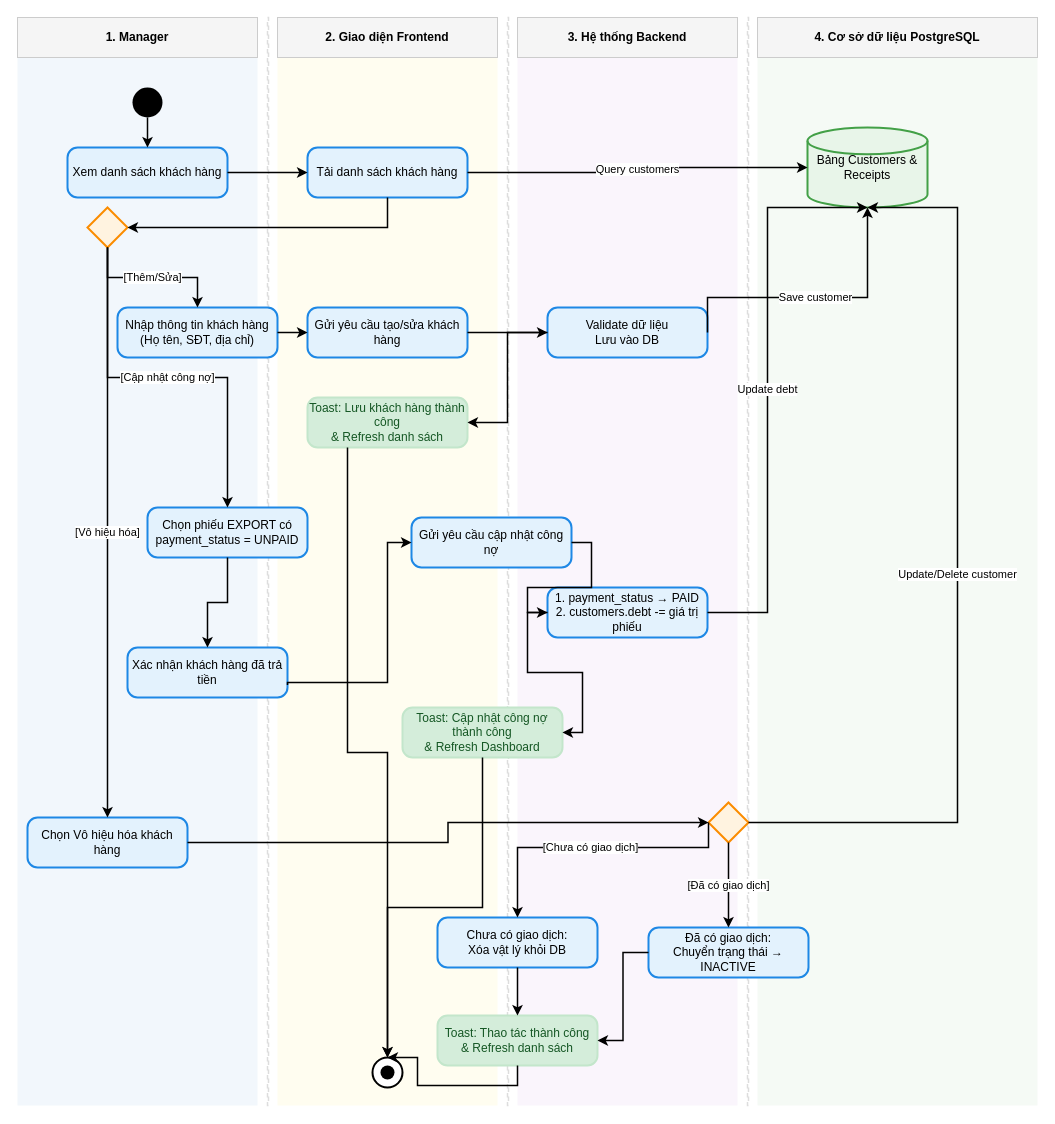
This is diagrams/chuc_nang_khach_hang_cong_no_manager.drawio from Nghiatv2006/KhoHang, a draw.io file, before an edit. Source tidied: cells renumbered, new cells numbered last; positions are measured from the earlier drawing's top-left corner, leaving out a move shared by most shapes. Both pictures are drawn from the tidied source at 100%, with x=0, y=0 at pixel (17, 17).
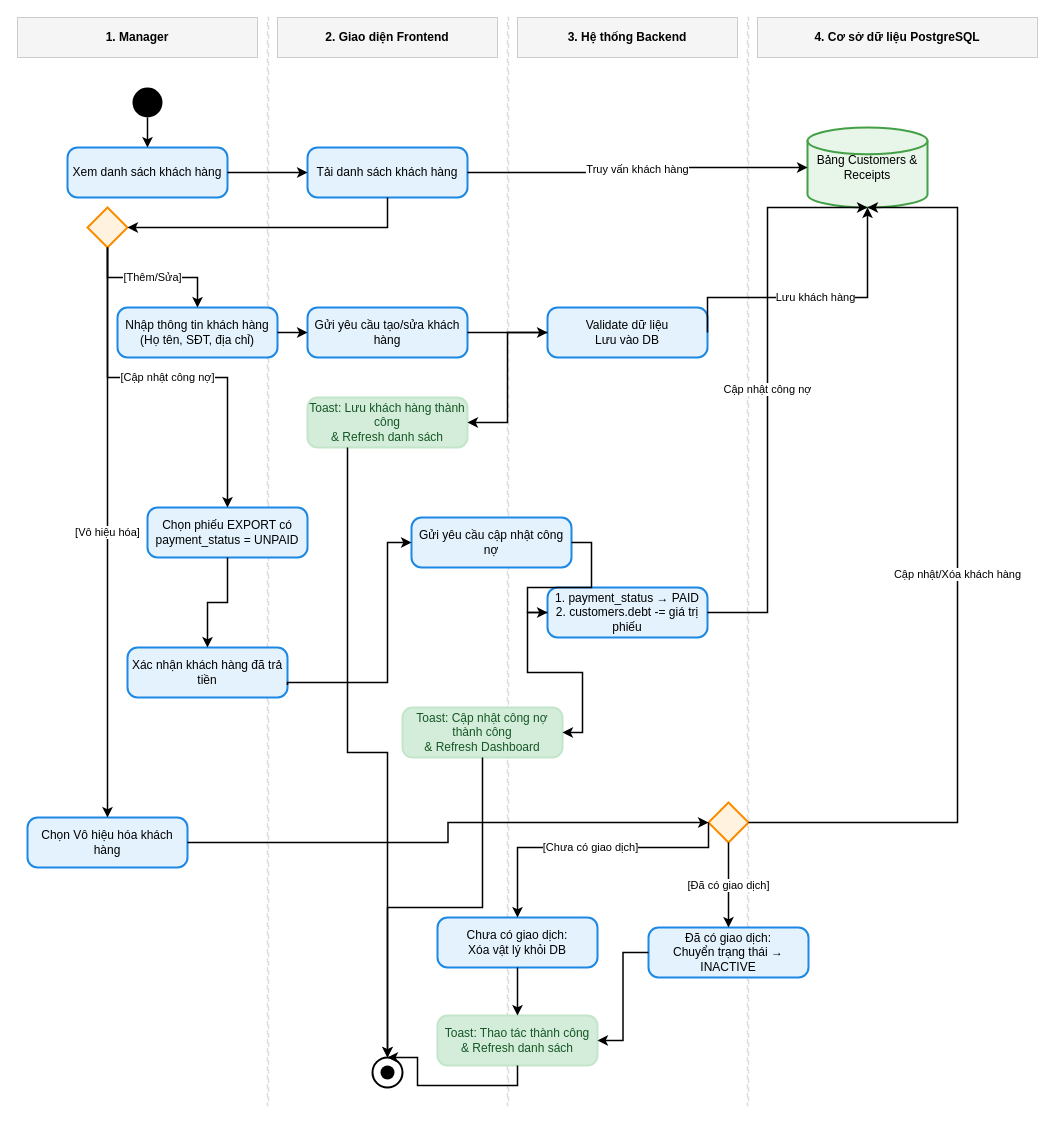
The same page after the edit.

Commit message (it also covers changes not shown here):
Update activity manager diagrams

The change refers to these unchanged cells:
```xml
<mxCell id="15" value="Tải danh sách khách hàng" style="rounded=1;whiteSpace=wrap;html=1;arcSize=20;fillColor=#e3f2fd;strokeColor=#1e88e5;strokeWidth=2;fontColor=#000000;align=center;" parent="1" vertex="1">
  <mxGeometry x="290" y="130" width="160" height="50" as="geometry" />
</mxCell>
<mxCell id="16" value="Bảng Customers &amp;amp;&lt;br/&gt;Receipts" style="strokeWidth=2;html=1;shape=mxgraph.flowchart.database;whiteSpace=wrap;fillColor=#e8f5e9;strokeColor=#43a047;fontColor=#000000;align=center;" parent="1" vertex="1">
  <mxGeometry x="790" y="110" width="120" height="80" as="geometry" />
</mxCell>
<mxCell id="20" value="Validate dữ liệu&lt;br/&gt;Lưu vào DB" style="rounded=1;whiteSpace=wrap;html=1;arcSize=20;fillColor=#e3f2fd;strokeColor=#1e88e5;strokeWidth=2;fontColor=#000000;align=center;" parent="1" vertex="1">
  <mxGeometry x="530" y="290" width="160" height="50" as="geometry" />
</mxCell>
<mxCell id="25" value="1. payment_status → PAID&lt;br/&gt;2. customers.debt -= giá trị phiếu" style="rounded=1;whiteSpace=wrap;html=1;arcSize=20;fillColor=#e3f2fd;strokeColor=#1e88e5;strokeWidth=2;fontColor=#000000;align=center;" parent="1" vertex="1">
  <mxGeometry x="530" y="570" width="160" height="50" as="geometry" />
</mxCell>
<mxCell id="28" style="rhombus;whiteSpace=wrap;html=1;fillColor=#fff3e0;strokeColor=#fb8c00;strokeWidth=2;fontColor=#000000;align=center;" parent="1" vertex="1">
  <mxGeometry x="691" y="785" width="40" height="40" as="geometry" />
</mxCell>
```

The edit, as a diff of the source:
```diff
@@
-    <mxCell id="2" style="fillColor=#f2f7fc;strokeColor=none;" parent="1" vertex="1">
+    <mxCell id="2" style="fillColor=#ffffff;strokeColor=none;" parent="1" vertex="1">
       <mxGeometry y="40" width="240" height="1048" as="geometry" />
     </mxCell>
-    <mxCell id="3" style="fillColor=#fffdf0;strokeColor=none;" parent="1" vertex="1">
+    <mxCell id="3" style="fillColor=#ffffff;strokeColor=none;" parent="1" vertex="1">
       <mxGeometry x="260" y="40" width="220" height="1048" as="geometry" />
     </mxCell>
-    <mxCell id="4" style="fillColor=#faf5fc;strokeColor=none;" parent="1" vertex="1">
+    <mxCell id="4" style="fillColor=#ffffff;strokeColor=none;" parent="1" vertex="1">
       <mxGeometry x="500" y="40" width="220" height="1048" as="geometry" />
     </mxCell>
-    <mxCell id="5" style="fillColor=#f5faf5;strokeColor=none;" parent="1" vertex="1">
+    <mxCell id="5" style="fillColor=#ffffff;strokeColor=none;" parent="1" vertex="1">
       <mxGeometry x="740" y="40" width="280" height="1048" as="geometry" />
     </mxCell>
@@
-    <mxCell id="36" value="Query customers" style="edgeStyle=orthogonalEdgeStyle;rounded=0;jettySize=auto;html=1;strokeColor=#000000;strokeWidth=1.5;endArrow=classic;exitX=1;exitY=0.5;entryX=0;entryY=0.5;edgeStyle=orthogonalEdgeStyle;" parent="1" edge="1" source="15" target="16">
+    <mxCell id="36" value="Truy vấn khách hàng" style="edgeStyle=orthogonalEdgeStyle;rounded=0;jettySize=auto;html=1;strokeColor=#000000;strokeWidth=1.5;endArrow=classic;exitX=1;exitY=0.5;entryX=0;entryY=0.5;edgeStyle=orthogonalEdgeStyle;" parent="1" edge="1" source="15" target="16">
       <mxGeometry relative="1" as="geometry" />
     </mxCell>
@@
-    <mxCell id="41" value="Save customer" style="edgeStyle=orthogonalEdgeStyle;rounded=0;jettySize=auto;html=1;strokeColor=#000000;strokeWidth=1.5;endArrow=classic;exitX=1;exitY=0.5;entryX=0.5;entryY=1;edgeStyle=orthogonalEdgeStyle;" parent="1" edge="1" source="20" target="16">
+    <mxCell id="41" value="Lưu khách hàng" style="edgeStyle=orthogonalEdgeStyle;rounded=0;jettySize=auto;html=1;strokeColor=#000000;strokeWidth=1.5;endArrow=classic;exitX=1;exitY=0.5;entryX=0.5;entryY=1;edgeStyle=orthogonalEdgeStyle;" parent="1" edge="1" source="20" target="16">
       <mxGeometry relative="1" as="geometry">
         <Array as="points">
           <mxPoint x="690" y="280" />
           <mxPoint x="850" y="280" />
         </Array>
       </mxGeometry>
     </mxCell>
@@
-    <mxCell id="47" value="Update debt" style="edgeStyle=orthogonalEdgeStyle;rounded=0;jettySize=auto;html=1;strokeColor=#000000;strokeWidth=1.5;endArrow=classic;exitX=1;exitY=0.5;entryX=0.5;entryY=1;edgeStyle=orthogonalEdgeStyle;" parent="1" edge="1" source="25" target="16">
+    <mxCell id="47" value="Cập nhật công nợ" style="edgeStyle=orthogonalEdgeStyle;rounded=0;jettySize=auto;html=1;strokeColor=#000000;strokeWidth=1.5;endArrow=classic;exitX=1;exitY=0.5;entryX=0.5;entryY=1;edgeStyle=orthogonalEdgeStyle;" parent="1" edge="1" source="25" target="16">
       <mxGeometry relative="1" as="geometry">
         <Array as="points">
           <mxPoint x="750" y="595" />
           <mxPoint x="750" y="190" />
         </Array>
       </mxGeometry>
     </mxCell>
@@
-    <mxCell id="55" value="Update/Delete customer" style="edgeStyle=orthogonalEdgeStyle;rounded=0;jettySize=auto;html=1;strokeColor=#000000;strokeWidth=1.5;endArrow=classic;exitX=1;exitY=0.5;entryX=0.5;entryY=1;edgeStyle=orthogonalEdgeStyle;exitDx=0;exitDy=0;entryDx=0;entryDy=0;entryPerimeter=0;" parent="1" edge="1" source="28" target="16">
+    <mxCell id="55" value="Cập nhật/Xóa khách hàng" style="edgeStyle=orthogonalEdgeStyle;rounded=0;jettySize=auto;html=1;strokeColor=#000000;strokeWidth=1.5;endArrow=classic;exitX=1;exitY=0.5;entryX=0.5;entryY=1;edgeStyle=orthogonalEdgeStyle;exitDx=0;exitDy=0;entryDx=0;entryDy=0;entryPerimeter=0;" parent="1" edge="1" source="28" target="16">
       <mxGeometry relative="1" as="geometry">
         <Array as="points">
           <mxPoint x="940" y="805" />
           <mxPoint x="940" y="190" />
         </Array>
       </mxGeometry>
     </mxCell>
```
